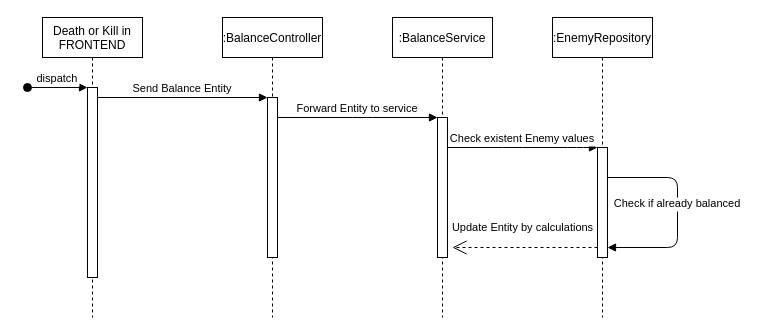
Earlier version of the draw.io diagram project-ressources/sequenz-diagram.drawio (mikkaK/dungeoncrawler-be-ai). Source tidied: cells renumbered, new cells numbered last; positions are measured from the earlier drawing's top-left corner, leaving out a move shared by most shapes. Both pictures are drawn from the tidied source at 100%, with x=0, y=0 at pixel (27, 17).
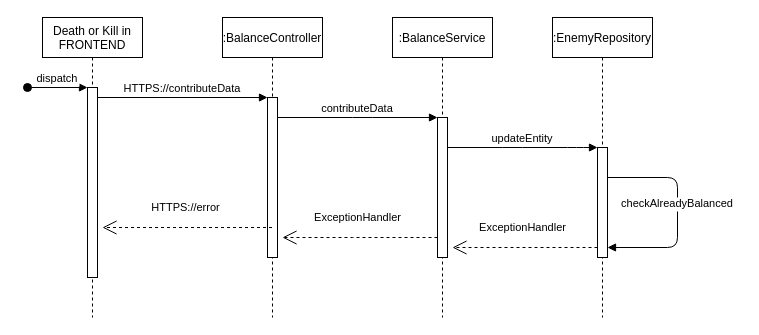
The same page after the edit.

Commit message (it also covers changes not shown here):
Updated sequence-Diagramm

Unchanged cells that the change refers to:
```xml
<mxCell id="3" style="points=[];perimeter=orthogonalPerimeter;rounded=0;shadow=0;strokeWidth=1;" parent="2" vertex="1">
  <mxGeometry x="45" y="70" width="10" height="190" as="geometry" />
</mxCell>
<mxCell id="5" value=":BalanceController" style="shape=umlLifeline;perimeter=lifelinePerimeter;rounded=0;shadow=0;strokeWidth=1;" parent="1" vertex="1">
  <mxGeometry x="195" width="100" height="300" as="geometry" />
</mxCell>
<mxCell id="6" style="points=[];perimeter=orthogonalPerimeter;rounded=0;shadow=0;strokeWidth=1;" parent="5" vertex="1">
  <mxGeometry x="45" y="80" width="10" height="160" as="geometry" />
</mxCell>
<mxCell id="9" style="points=[];perimeter=orthogonalPerimeter;rounded=0;shadow=0;strokeWidth=1;" parent="8" vertex="1">
  <mxGeometry x="45" y="100" width="10" height="140" as="geometry" />
</mxCell>
<mxCell id="11" value=":EnemyRepository" style="shape=umlLifeline;perimeter=lifelinePerimeter;rounded=0;shadow=0;strokeWidth=1;" parent="1" vertex="1">
  <mxGeometry x="525" width="100" height="300" as="geometry" />
</mxCell>
<mxCell id="12" style="points=[];perimeter=orthogonalPerimeter;rounded=0;shadow=0;strokeWidth=1;" parent="11" vertex="1">
  <mxGeometry x="45" y="130" width="10" height="110" as="geometry" />
</mxCell>
```

The edit, as a diff of the source:
```diff
@@
-    <mxCell id="7" value="Send Balance Entity" style="verticalAlign=bottom;endArrow=block;entryX=0;entryY=0;shadow=0;strokeWidth=1;" parent="1" edge="1" source="3" target="6">
+    <mxCell id="7" value="HTTPS://contributeData" style="verticalAlign=bottom;endArrow=block;entryX=0;entryY=0;shadow=0;strokeWidth=1;" parent="1" edge="1" source="3" target="6">
       <mxGeometry relative="1" as="geometry" />
     </mxCell>
@@
-    <mxCell id="10" value="Forward Entity to service" style="verticalAlign=bottom;endArrow=block;shadow=0;strokeWidth=1;" parent="1" edge="1" source="6" target="9">
+    <mxCell id="10" value="contributeData" style="verticalAlign=bottom;endArrow=block;shadow=0;strokeWidth=1;" parent="1" edge="1" source="6" target="9">
       <mxGeometry relative="1" as="geometry">
         <Array as="points">
           <mxPoint x="335" y="100" />
         </Array>
       </mxGeometry>
     </mxCell>
@@
-    <mxCell id="13" value="Check if already balanced" style="verticalAlign=bottom;endArrow=block;shadow=0;strokeWidth=1;" parent="11" edge="1" source="12" target="12">
+    <mxCell id="13" value="checkAlreadyBalanced" style="verticalAlign=bottom;endArrow=block;shadow=0;strokeWidth=1;" parent="11" edge="1" source="12" target="12">
       <mxGeometry relative="1" as="geometry">
         <Array as="points">
           <mxPoint x="125" y="160" />
           <mxPoint x="125" y="230" />
         </Array>
       </mxGeometry>
     </mxCell>
-    <mxCell id="14" value="Check existent Enemy values" style="verticalAlign=bottom;endArrow=block;shadow=0;strokeWidth=1;" parent="1" edge="1" source="9" target="12">
+    <mxCell id="14" value="updateEntity" style="verticalAlign=bottom;endArrow=block;shadow=0;strokeWidth=1;" parent="1" edge="1" source="9" target="12">
       <mxGeometry relative="1" as="geometry">
         <Array as="points">
           <mxPoint x="485" y="130" />
           <mxPoint x="550" y="130" />
         </Array>
       </mxGeometry>
     </mxCell>
-    <mxCell id="15" value="Update Entity by calculations" style="endArrow=open;endSize=12;dashed=1;html=1;rounded=0;" parent="1" edge="1" source="12">
+    <mxCell id="15" value="ExceptionHandler" style="endArrow=open;endSize=12;dashed=1;html=1;rounded=0;" parent="1" edge="1" source="12">
       <mxGeometry x="0.03" y="-20" relative="1" as="geometry">
         <mxPoint x="425" y="230" as="targetPoint" />
         <Array as="points">
           <mxPoint x="495" y="230" />
         </Array>
       </mxGeometry>
     </mxCell>
+    <mxCell id="16" value="ExceptionHandler" style="endArrow=open;endSize=12;dashed=1;html=1;rounded=0;" parent="1" edge="1" source="9">
+      <mxGeometry x="0.03" y="-20" relative="1" as="geometry">
+        <mxPoint x="255" y="220" as="targetPoint" />
+        <Array as="points">
+          <mxPoint x="325" y="220" />
+        </Array>
+      </mxGeometry>
+    </mxCell>
+    <mxCell id="17" value="HTTPS://error" style="endArrow=open;endSize=12;dashed=1;html=1;rounded=0;" parent="1" edge="1" source="5">
+      <mxGeometry x="0.03" y="-20" relative="1" as="geometry">
+        <mxPoint x="75" y="210" as="targetPoint" />
+        <Array as="points">
+          <mxPoint x="145" y="210" />
+        </Array>
+      </mxGeometry>
+    </mxCell>
```
